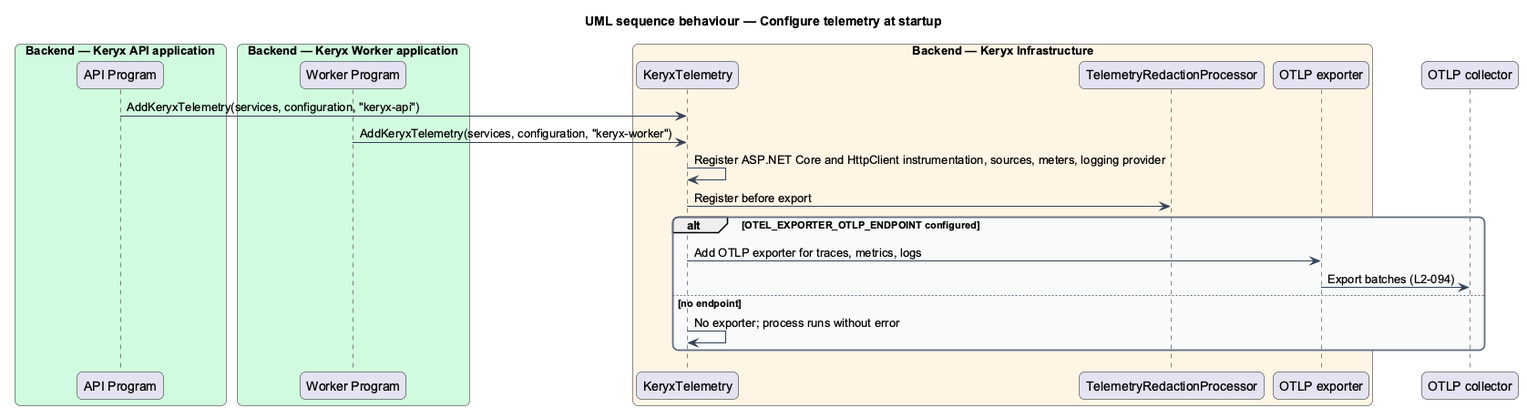
Earlier version of the PlantUML export docs/detailed-designs/operations/observe-the-system/diagrams/sequence-configure-telemetry.png (QuinntyneBrown/keryx).
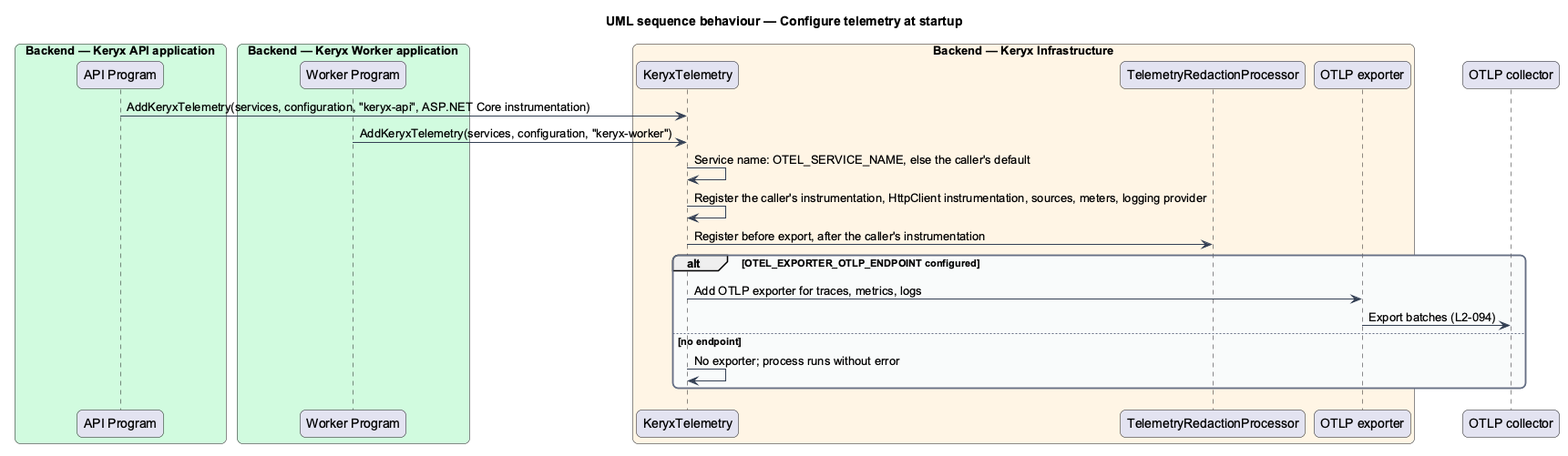
Later version of the same file.

The edit, as a diff of the source:
```diff
@@ -26,10 +26,11 @@
   participant "OTLP exporter" as exp
 end box
 participant "OTLP collector" as otel
-prog -> setup : AddKeryxTelemetry(services, configuration, "keryx-api")
+prog -> setup : AddKeryxTelemetry(services, configuration, "keryx-api", ASP.NET Core instrumentation)
 wprog -> setup : AddKeryxTelemetry(services, configuration, "keryx-worker")
-setup -> setup : Register ASP.NET Core and HttpClient instrumentation, sources, meters, logging provider
-setup -> red : Register before export
+setup -> setup : Service name: OTEL_SERVICE_NAME, else the caller's default
+setup -> setup : Register the caller's instrumentation, HttpClient instrumentation, sources, meters, logging provider
+setup -> red : Register before export, after the caller's instrumentation
 alt OTEL_EXPORTER_OTLP_ENDPOINT configured
   setup -> exp : Add OTLP exporter for traces, metrics, logs
   exp -> otel : Export batches (L2-094)
```
